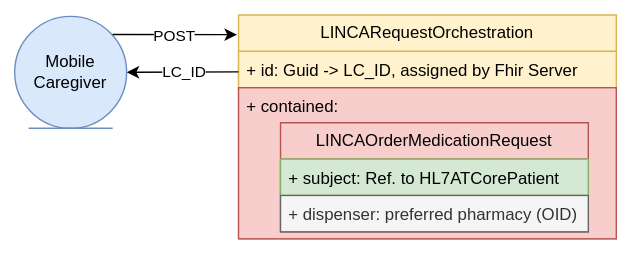
The draw.io diagram r5-LinkedCare-main/UserStory_002_diagram.svg in HL7Austria/hl7austria.github.io, before a commit. Source tidied: cells renumbered, new cells last; positions are measured from the earlier drawing's top-left corner, leaving out a move shared by most shapes. The source it was exported from:
```xml
<mxGraphModel>
  <root>
    <mxCell id="0" />
    <mxCell id="1" parent="0" />
    <mxCell id="2" value="LINCARequestOrchestration" style="swimlane;fontStyle=0;horizontal=1;startSize=26;fillColor=#fff2cc;whiteSpace=wrap;html=1;strokeColor=#d6b656;" parent="1" vertex="1">
      <mxGeometry x="160" width="270" height="160" as="geometry" />
    </mxCell>
    <mxCell id="3" value="+ id: Guid -&amp;gt; LC_ID, assigned by Fhir Server" style="text;strokeColor=#d6b656;fillColor=#fff2cc;align=left;verticalAlign=top;spacingLeft=4;spacingRight=4;overflow=hidden;whiteSpace=wrap;html=1;" parent="2" vertex="1">
      <mxGeometry y="26" width="270" height="26" as="geometry" />
    </mxCell>
    <mxCell id="4" value="+ contained:&amp;nbsp;&lt;br&gt;&lt;blockquote style=&quot;margin: 0 0 0 40px; border: none; padding: 0px;&quot;&gt;&lt;/blockquote&gt;&lt;blockquote style=&quot;margin: 0 0 0 40px; border: none; padding: 0px;&quot;&gt;&lt;/blockquote&gt;" style="text;strokeColor=#b85450;fillColor=#f8cecc;align=left;verticalAlign=top;spacingLeft=4;spacingRight=4;overflow=hidden;whiteSpace=wrap;html=1;" parent="2" vertex="1">
      <mxGeometry y="52" width="270" height="108" as="geometry" />
    </mxCell>
    <mxCell id="5" value="Mobile Caregiver" style="ellipse;shape=umlEntity;whiteSpace=wrap;html=1;fillColor=#dae8fc;strokeColor=#6c8ebf;" parent="1" vertex="1">
      <mxGeometry y="1" width="80" height="80" as="geometry" />
    </mxCell>
    <mxCell id="6" style="endArrow=classic;html=1;rounded=0;entryX=-0.004;entryY=0.088;entryDx=0;entryDy=0;entryPerimeter=0;" parent="1" edge="1" target="2">
      <mxGeometry relative="1" as="geometry">
        <mxPoint x="70" y="14" as="sourcePoint" />
      </mxGeometry>
    </mxCell>
    <mxCell id="7" value="POST" style="edgeLabel;html=1;align=center;verticalAlign=middle;" parent="6" vertex="1">
      <mxGeometry relative="1" as="geometry" />
    </mxCell>
    <mxCell id="8" value="LINCAOrderMedicationRequest" style="swimlane;fontStyle=0;horizontal=1;startSize=26;fillColor=#f8cecc;whiteSpace=wrap;html=1;strokeColor=#b85450;" parent="1" vertex="1">
      <mxGeometry x="190" y="77" width="220" height="78" as="geometry" />
    </mxCell>
    <mxCell id="9" value="+ subject: Ref. to HL7ATCorePatient" style="text;strokeColor=#82b366;fillColor=#d5e8d4;align=left;verticalAlign=top;spacingLeft=4;spacingRight=4;overflow=hidden;whiteSpace=wrap;html=1;" parent="8" vertex="1">
      <mxGeometry y="26" width="220" height="26" as="geometry" />
    </mxCell>
    <mxCell id="10" value="+ dispenser: preferred pharmacy (OID)" style="text;align=left;verticalAlign=top;spacingLeft=4;spacingRight=4;overflow=hidden;whiteSpace=wrap;html=1;fillColor=#f5f5f5;fontColor=#333333;strokeColor=#666666;" parent="8" vertex="1">
      <mxGeometry y="52" width="220" height="26" as="geometry" />
    </mxCell>
    <mxCell id="11" style="endArrow=classic;html=1;rounded=0;entryX=1;entryY=0.5;entryDx=0;entryDy=0;" parent="1" edge="1" target="5">
      <mxGeometry relative="1" as="geometry">
        <mxPoint x="160" y="40.7" as="sourcePoint" />
      </mxGeometry>
    </mxCell>
    <mxCell id="12" value="LC_ID" style="edgeLabel;html=1;align=center;verticalAlign=middle;" parent="11" vertex="1">
      <mxGeometry relative="1" as="geometry" />
    </mxCell>
  </root>
</mxGraphModel>
```
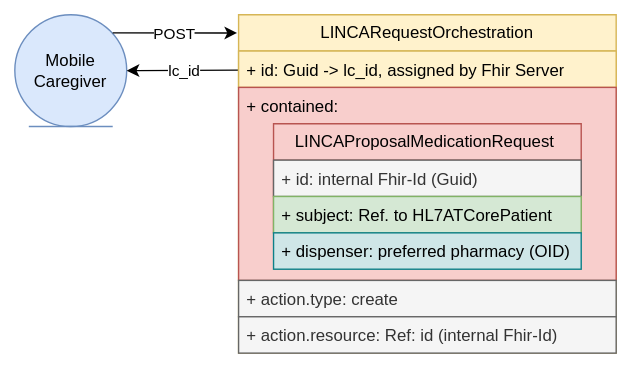
After the change.

Diff of the diagram source:
```diff
@@ -2,42 +2,52 @@
   <root>
     <mxCell id="0" />
     <mxCell id="1" parent="0" />
-    <mxCell id="2" value="LINCARequestOrchestration" style="swimlane;fontStyle=0;horizontal=1;startSize=26;fillColor=#fff2cc;whiteSpace=wrap;html=1;strokeColor=#d6b656;" parent="1" vertex="1">
-      <mxGeometry x="160" width="270" height="160" as="geometry" />
-    </mxCell>
-    <mxCell id="3" value="+ id: Guid -&amp;gt; LC_ID, assigned by Fhir Server" style="text;strokeColor=#d6b656;fillColor=#fff2cc;align=left;verticalAlign=top;spacingLeft=4;spacingRight=4;overflow=hidden;whiteSpace=wrap;html=1;" parent="2" vertex="1">
-      <mxGeometry y="26" width="270" height="26" as="geometry" />
-    </mxCell>
-    <mxCell id="4" value="+ contained:&amp;nbsp;&lt;br&gt;&lt;blockquote style=&quot;margin: 0 0 0 40px; border: none; padding: 0px;&quot;&gt;&lt;/blockquote&gt;&lt;blockquote style=&quot;margin: 0 0 0 40px; border: none; padding: 0px;&quot;&gt;&lt;/blockquote&gt;" style="text;strokeColor=#b85450;fillColor=#f8cecc;align=left;verticalAlign=top;spacingLeft=4;spacingRight=4;overflow=hidden;whiteSpace=wrap;html=1;" parent="2" vertex="1">
-      <mxGeometry y="52" width="270" height="108" as="geometry" />
-    </mxCell>
     <mxCell id="5" value="Mobile Caregiver" style="ellipse;shape=umlEntity;whiteSpace=wrap;html=1;fillColor=#dae8fc;strokeColor=#6c8ebf;" parent="1" vertex="1">
       <mxGeometry y="1" width="80" height="80" as="geometry" />
     </mxCell>
-    <mxCell id="6" style="endArrow=classic;html=1;rounded=0;entryX=-0.004;entryY=0.088;entryDx=0;entryDy=0;entryPerimeter=0;" parent="1" edge="1" target="2">
+    <mxCell id="6" style="endArrow=classic;html=1;rounded=0;entryX=-0.004;entryY=0.088;entryDx=0;entryDy=0;entryPerimeter=0;" parent="1" edge="1">
       <mxGeometry relative="1" as="geometry">
         <mxPoint x="70" y="14" as="sourcePoint" />
+        <mxPoint x="158.9" y="14.1" as="targetPoint" />
       </mxGeometry>
     </mxCell>
     <mxCell id="7" value="POST" style="edgeLabel;html=1;align=center;verticalAlign=middle;" parent="6" vertex="1">
       <mxGeometry relative="1" as="geometry" />
     </mxCell>
-    <mxCell id="8" value="LINCAOrderMedicationRequest" style="swimlane;fontStyle=0;horizontal=1;startSize=26;fillColor=#f8cecc;whiteSpace=wrap;html=1;strokeColor=#b85450;" parent="1" vertex="1">
-      <mxGeometry x="190" y="77" width="220" height="78" as="geometry" />
-    </mxCell>
+    <mxCell id="11" style="endArrow=classic;html=1;rounded=0;entryX=1;entryY=0.5;entryDx=0;entryDy=0;" parent="1" edge="1" target="5">
+      <mxGeometry relative="1" as="geometry">
+        <mxPoint x="160" y="40.7" as="sourcePoint" />
+      </mxGeometry>
+    </mxCell>
+    <mxCell id="12" value="lc_id" style="edgeLabel;html=1;align=center;verticalAlign=middle;" parent="11" vertex="1">
+      <mxGeometry relative="1" as="geometry" />
+    </mxCell>
+    <mxCell id="2" value="LINCARequestOrchestration" style="swimlane;fontStyle=0;horizontal=1;startSize=26;fillColor=#fff2cc;whiteSpace=wrap;html=1;strokeColor=#d6b656;" parent="1" vertex="1">
+      <mxGeometry x="160" y="1" width="270" height="242" as="geometry" />
+    </mxCell>
+    <mxCell id="13" value="+ id: Guid -&amp;gt; lc_id, assigned by Fhir Server" style="text;strokeColor=#d6b656;fillColor=#fff2cc;align=left;verticalAlign=top;spacingLeft=4;spacingRight=4;overflow=hidden;whiteSpace=wrap;html=1;" parent="2" vertex="1">
+      <mxGeometry y="26" width="270" height="26" as="geometry" />
+    </mxCell>
+    <mxCell id="4" value="+ contained:&amp;nbsp;&lt;br&gt;&lt;blockquote style=&quot;margin: 0 0 0 40px; border: none; padding: 0px;&quot;&gt;&lt;/blockquote&gt;&lt;blockquote style=&quot;margin: 0 0 0 40px; border: none; padding: 0px;&quot;&gt;&lt;/blockquote&gt;" style="text;strokeColor=#b85450;fillColor=#f8cecc;align=left;verticalAlign=top;spacingLeft=4;spacingRight=4;overflow=hidden;whiteSpace=wrap;html=1;" parent="2" vertex="1">
+      <mxGeometry y="52" width="270" height="138" as="geometry" />
+    </mxCell>
+    <mxCell id="14" value="+ action.type: create" style="text;align=left;verticalAlign=top;spacingLeft=4;spacingRight=4;overflow=hidden;whiteSpace=wrap;html=1;fillColor=#f5f5f5;fontColor=#333333;strokeColor=#666666;" parent="2" vertex="1">
+      <mxGeometry y="190" width="270" height="26" as="geometry" />
+    </mxCell>
+    <mxCell id="15" value="+ action.resource: Ref: id (internal Fhir-Id)" style="text;align=left;verticalAlign=top;spacingLeft=4;spacingRight=4;overflow=hidden;whiteSpace=wrap;html=1;fillColor=#f5f5f5;fontColor=#333333;strokeColor=#666666;" parent="2" vertex="1">
+      <mxGeometry y="216" width="270" height="26" as="geometry" />
+    </mxCell>
+    <mxCell id="16" value="LINCAProposalMedicationRequest&amp;nbsp;" style="swimlane;fontStyle=0;horizontal=1;startSize=26;fillColor=#f8cecc;whiteSpace=wrap;html=1;strokeColor=#b85450;" parent="1" vertex="1">
+      <mxGeometry x="185" y="79" width="220" height="78" as="geometry" />
+    </mxCell>
+    <mxCell id="17" value="+ id: internal Fhir-Id (Guid)" style="text;strokeColor=#666666;fillColor=#f5f5f5;align=left;verticalAlign=top;spacingLeft=4;spacingRight=4;overflow=hidden;whiteSpace=wrap;html=1;fontColor=#333333;" parent="16" vertex="1">
+      <mxGeometry y="26" width="220" height="26" as="geometry" />
+    </mxCell>
-    <mxCell id="9" value="+ subject: Ref. to HL7ATCorePatient" style="text;strokeColor=#82b366;fillColor=#d5e8d4;align=left;verticalAlign=top;spacingLeft=4;spacingRight=4;overflow=hidden;whiteSpace=wrap;html=1;" parent="8" vertex="1">
-      <mxGeometry y="26" width="220" height="26" as="geometry" />
+    <mxCell id="9" value="+ subject: Ref. to HL7ATCorePatient" style="text;strokeColor=#82b366;fillColor=#d5e8d4;align=left;verticalAlign=top;spacingLeft=4;spacingRight=4;overflow=hidden;whiteSpace=wrap;html=1;" parent="16" vertex="1">
+      <mxGeometry y="52" width="220" height="26" as="geometry" />
     </mxCell>
-    <mxCell id="10" value="+ dispenser: preferred pharmacy (OID)" style="text;align=left;verticalAlign=top;spacingLeft=4;spacingRight=4;overflow=hidden;whiteSpace=wrap;html=1;fillColor=#f5f5f5;fontColor=#333333;strokeColor=#666666;" parent="8" vertex="1">
-      <mxGeometry y="52" width="220" height="26" as="geometry" />
+    <mxCell id="10" value="+ dispenser: preferred pharmacy (OID)" style="text;align=left;verticalAlign=top;spacingLeft=4;spacingRight=4;overflow=hidden;whiteSpace=wrap;html=1;fillColor=#CFE6E7;strokeColor=#0e8088;" parent="1" vertex="1">
+      <mxGeometry x="185" y="157" width="220" height="26" as="geometry" />
     </mxCell>
-    <mxCell id="11" style="endArrow=classic;html=1;rounded=0;entryX=1;entryY=0.5;entryDx=0;entryDy=0;" parent="1" edge="1" target="5">
-      <mxGeometry relative="1" as="geometry">
-        <mxPoint x="160" y="40.7" as="sourcePoint" />
-      </mxGeometry>
-    </mxCell>
-    <mxCell id="12" value="LC_ID" style="edgeLabel;html=1;align=center;verticalAlign=middle;" parent="11" vertex="1">
-      <mxGeometry relative="1" as="geometry" />
-    </mxCell>
   </root>
 </mxGraphModel>
```
